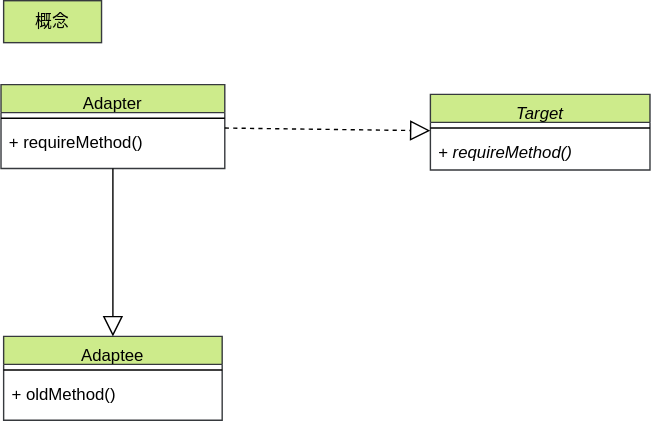
This is drawio/adapter/adapter_concept.drawio.svg from go-to-k/cdk-gof-design-pattern, a draw.io export, as it was before one commit. Source tidied: cells renumbered, new cells last; positions are measured from the earlier drawing's top-left corner, leaving out a move shared by most shapes.
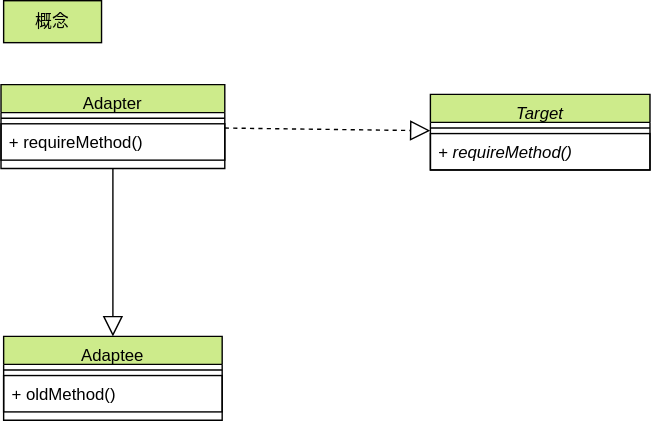
After the commit.

Change to the diagram source:
```diff
@@ -1,41 +1,41 @@
-<mxGraphModel>
+<mxGraphModel background="#ffffff">
   <root>
     <mxCell id="0" />
     <mxCell id="1" parent="0" />
-    <mxCell id="2" value="Adapter" style="swimlane;fontStyle=0;align=center;verticalAlign=top;horizontal=1;startSize=20;rounded=0;shadow=0;strokeWidth=1;fillColor=#cdeb8b;strokeColor=#36393d;" parent="1" vertex="1">
+    <mxCell id="2" value="Adapter" style="swimlane;fontStyle=0;align=center;verticalAlign=top;horizontal=1;startSize=20;rounded=0;shadow=0;strokeWidth=1;fillColor=#cdeb8b;strokeColor=#000000;fontColor=#000000;" parent="1" vertex="1">
       <mxGeometry y="60" width="160" height="60" as="geometry" />
     </mxCell>
-    <mxCell id="3" style="line;html=1;strokeWidth=1;align=left;verticalAlign=middle;spacingTop=-1;spacingLeft=3;spacingRight=3;labelPosition=right;" parent="2" vertex="1">
+    <mxCell id="3" style="line;html=1;strokeWidth=1;align=left;verticalAlign=middle;spacingTop=-1;spacingLeft=3;spacingRight=3;labelPosition=right;fontColor=#000000;strokeColor=#000000;" parent="2" vertex="1">
       <mxGeometry y="20" width="160" height="8" as="geometry" />
     </mxCell>
-    <mxCell id="4" value="+ requireMethod()" style="text;strokeColor=none;fillColor=none;align=left;verticalAlign=top;spacingLeft=4;spacingRight=4;overflow=hidden;whiteSpace=wrap;html=1;" parent="2" vertex="1">
+    <mxCell id="4" value="+ requireMethod()" style="text;strokeColor=#000000;fillColor=none;align=left;verticalAlign=top;spacingLeft=4;spacingRight=4;overflow=hidden;whiteSpace=wrap;html=1;fontColor=#000000;" parent="2" vertex="1">
       <mxGeometry y="28" width="160" height="26" as="geometry" />
     </mxCell>
-    <mxCell id="5" value="Target" style="swimlane;fontStyle=2;align=center;verticalAlign=top;horizontal=1;startSize=20;rounded=0;shadow=0;strokeWidth=1;fillColor=#cdeb8b;strokeColor=#36393d;" parent="1" vertex="1">
+    <mxCell id="5" value="Target" style="swimlane;fontStyle=2;align=center;verticalAlign=top;horizontal=1;startSize=20;rounded=0;shadow=0;strokeWidth=1;fillColor=#cdeb8b;strokeColor=#000000;fontColor=#000000;" parent="1" vertex="1">
       <mxGeometry x="307" y="67" width="157" height="54" as="geometry" />
     </mxCell>
-    <mxCell id="6" style="line;html=1;strokeWidth=1;align=left;verticalAlign=middle;spacingTop=-1;spacingLeft=3;spacingRight=3;labelPosition=right;" parent="5" vertex="1">
+    <mxCell id="6" style="line;html=1;strokeWidth=1;align=left;verticalAlign=middle;spacingTop=-1;spacingLeft=3;spacingRight=3;labelPosition=right;fontColor=#000000;strokeColor=#000000;" parent="5" vertex="1">
       <mxGeometry y="20" width="157" height="8" as="geometry" />
     </mxCell>
-    <mxCell id="7" value="&lt;i&gt;+ requireMethod()&lt;/i&gt;" style="text;strokeColor=none;fillColor=none;align=left;verticalAlign=top;spacingLeft=4;spacingRight=4;overflow=hidden;whiteSpace=wrap;html=1;" parent="5" vertex="1">
+    <mxCell id="7" value="&lt;i&gt;+ requireMethod()&lt;/i&gt;" style="text;strokeColor=#000000;fillColor=none;align=left;verticalAlign=top;spacingLeft=4;spacingRight=4;overflow=hidden;whiteSpace=wrap;html=1;fontColor=#000000;" parent="5" vertex="1">
       <mxGeometry y="28" width="157" height="26" as="geometry" />
     </mxCell>
-    <mxCell id="8" value="Adaptee" style="swimlane;fontStyle=0;align=center;verticalAlign=top;horizontal=1;startSize=20;rounded=0;shadow=0;strokeWidth=1;fillColor=#cdeb8b;strokeColor=#36393d;" parent="1" vertex="1">
+    <mxCell id="8" value="Adaptee" style="swimlane;fontStyle=0;align=center;verticalAlign=top;horizontal=1;startSize=20;rounded=0;shadow=0;strokeWidth=1;fillColor=#cdeb8b;strokeColor=#000000;fontColor=#000000;" parent="1" vertex="1">
       <mxGeometry x="1.9" y="240" width="156.2" height="60" as="geometry" />
     </mxCell>
-    <mxCell id="9" style="line;html=1;strokeWidth=1;align=left;verticalAlign=middle;spacingTop=-1;spacingLeft=3;spacingRight=3;labelPosition=right;" parent="8" vertex="1">
+    <mxCell id="9" style="line;html=1;strokeWidth=1;align=left;verticalAlign=middle;spacingTop=-1;spacingLeft=3;spacingRight=3;labelPosition=right;fontColor=#000000;strokeColor=#000000;" parent="8" vertex="1">
       <mxGeometry y="20" width="156.2" height="8" as="geometry" />
     </mxCell>
-    <mxCell id="10" value="+ oldMethod()" style="text;strokeColor=none;fillColor=none;align=left;verticalAlign=top;spacingLeft=4;spacingRight=4;overflow=hidden;whiteSpace=wrap;html=1;" parent="8" vertex="1">
+    <mxCell id="10" value="+ oldMethod()" style="text;strokeColor=#000000;fillColor=none;align=left;verticalAlign=top;spacingLeft=4;spacingRight=4;overflow=hidden;whiteSpace=wrap;html=1;fontColor=#000000;" parent="8" vertex="1">
       <mxGeometry y="28" width="156.2" height="26" as="geometry" />
     </mxCell>
-    <mxCell id="11" style="endArrow=block;endFill=0;endSize=12;html=1;rounded=0;entryX=0.5;entryY=0;entryDx=0;entryDy=0;" parent="1" edge="1" source="2" target="8">
+    <mxCell id="11" style="endArrow=block;endFill=0;endSize=12;html=1;rounded=0;entryX=0.5;entryY=0;entryDx=0;entryDy=0;fontColor=#000000;strokeColor=#000000;" parent="1" edge="1" source="2" target="8">
       <mxGeometry relative="1" as="geometry" />
     </mxCell>
-    <mxCell id="12" style="endArrow=block;dashed=1;endFill=0;endSize=12;html=1;" parent="1" edge="1" source="2" target="5">
-      <mxGeometry relative="1" as="geometry" />
+    <mxCell id="12" style="endArrow=block;dashed=1;endFill=0;endSize=12;html=1;fontColor=#000000;strokeColor=#000000;labelBackgroundColor=none;" parent="1" edge="1" source="2" target="5">
+      <mxGeometry x="0.01" relative="1" as="geometry" />
     </mxCell>
-    <mxCell id="13" value="概念" style="rounded=0;whiteSpace=wrap;html=1;fillColor=#cdeb8b;strokeColor=#36393d;" parent="1" vertex="1">
+    <mxCell id="13" value="概念" style="rounded=0;whiteSpace=wrap;html=1;fillColor=#cdeb8b;strokeColor=#000000;fontColor=#000000;" parent="1" vertex="1">
       <mxGeometry x="1.9" width="70" height="30" as="geometry" />
     </mxCell>
   </root>
```
